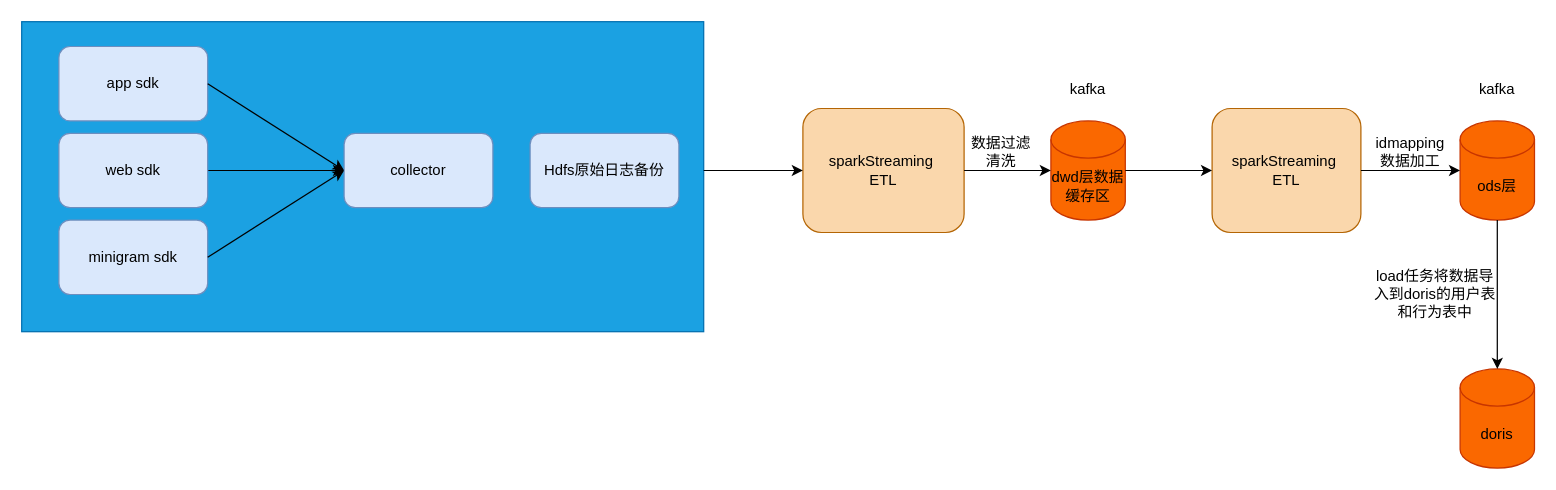
This is 数据流.drawio from DThadch/draw, a draw.io file, before an edit. Source tidied: cells renumbered, new cells numbered last; positions are measured from the earlier drawing's top-left corner, leaving out a move shared by most shapes. Both pictures are drawn from the tidied source at 124%, with x=0, y=0 at pixel (21, 21).
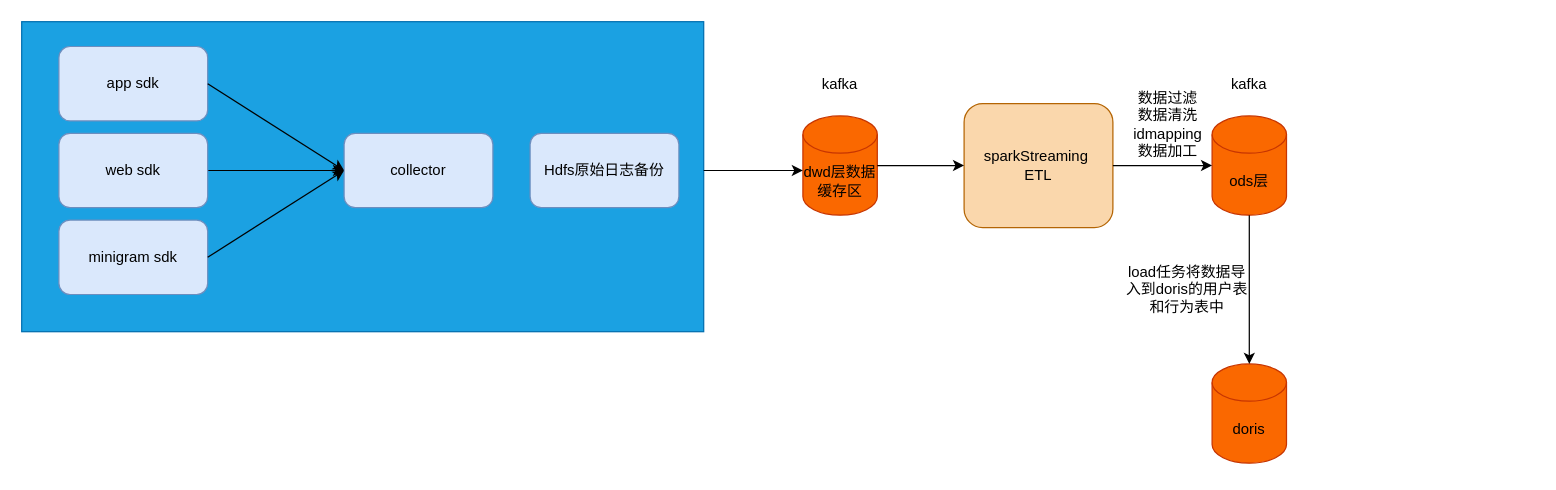
The same page after the edit.

Commit message (it also covers changes not shown here):
更新数据流.drawio

Change to the diagram source:
```diff
@@
     <mxCell id="11" value="dwd层数据缓存区" style="shape=cylinder3;whiteSpace=wrap;html=1;boundedLbl=1;backgroundOutline=1;size=15;fillColor=#fa6800;fontColor=#000000;strokeColor=#C73500;" parent="1" vertex="1">
-      <mxGeometry x="830" y="80" width="60" height="80" as="geometry" />
+      <mxGeometry x="630" y="76" width="60" height="80" as="geometry" />
     </mxCell>
-    <mxCell id="12" value="sparkStreaming&amp;nbsp;&lt;br&gt;ETL" style="rounded=1;whiteSpace=wrap;html=1;fillColor=#fad7ac;strokeColor=#b46504;" parent="1" vertex="1">
-      <mxGeometry x="630" y="70" width="130" height="100" as="geometry" />
-    </mxCell>
     <mxCell id="13" value="kafka" style="text;html=1;strokeColor=none;fillColor=none;align=center;verticalAlign=middle;whiteSpace=wrap;rounded=0;" parent="1" vertex="1">
-      <mxGeometry x="830" y="40" width="60" height="30" as="geometry" />
+      <mxGeometry x="630" y="36" width="60" height="30" as="geometry" />
     </mxCell>
     <mxCell id="14" value="sparkStreaming&amp;nbsp;&lt;br&gt;ETL" style="rounded=1;whiteSpace=wrap;html=1;fillColor=#fad7ac;strokeColor=#b46504;" parent="1" vertex="1">
-      <mxGeometry x="960" y="70" width="120" height="100" as="geometry" />
+      <mxGeometry x="760" y="66" width="120" height="100" as="geometry" />
     </mxCell>
     <mxCell id="15" value="ods层" style="shape=cylinder3;whiteSpace=wrap;html=1;boundedLbl=1;backgroundOutline=1;size=15;fillColor=#fa6800;fontColor=#000000;strokeColor=#C73500;" parent="1" vertex="1">
-      <mxGeometry x="1160" y="80" width="60" height="80" as="geometry" />
+      <mxGeometry x="960" y="76" width="60" height="80" as="geometry" />
     </mxCell>
     <mxCell id="16" value="kafka" style="text;html=1;strokeColor=none;fillColor=none;align=center;verticalAlign=middle;whiteSpace=wrap;rounded=0;" parent="1" vertex="1">
-      <mxGeometry x="1160" y="40" width="60" height="30" as="geometry" />
+      <mxGeometry x="960" y="36" width="60" height="30" as="geometry" />
     </mxCell>
-    <mxCell id="17" style="endArrow=classic;html=1;rounded=0;entryX=0;entryY=0.5;entryDx=0;entryDy=0;" parent="1" edge="1" target="12">
+    <mxCell id="17" style="endArrow=classic;html=1;rounded=0;entryX=0;entryY=0.5;entryDx=0;entryDy=0;" parent="1" edge="1">
       <mxGeometry relative="1" as="geometry">
         <mxPoint x="550" y="120" as="sourcePoint" />
+        <mxPoint x="630" y="120" as="targetPoint" />
       </mxGeometry>
     </mxCell>
-    <mxCell id="18" style="endArrow=classic;html=1;rounded=0;entryX=0;entryY=0.5;entryDx=0;entryDy=0;entryPerimeter=0;" parent="1" edge="1" target="11">
-      <mxGeometry relative="1" as="geometry">
-        <mxPoint x="760" y="120" as="sourcePoint" />
-      </mxGeometry>
-    </mxCell>
     <mxCell id="19" style="endArrow=classic;html=1;rounded=0;entryX=0;entryY=0.5;entryDx=0;entryDy=0;" parent="1" edge="1" target="14">
       <mxGeometry relative="1" as="geometry">
-        <mxPoint x="890" y="120" as="sourcePoint" />
+        <mxPoint x="690" y="116" as="sourcePoint" />
       </mxGeometry>
     </mxCell>
     <mxCell id="20" style="endArrow=classic;html=1;rounded=0;entryX=0;entryY=0.5;entryDx=0;entryDy=0;entryPerimeter=0;" parent="1" edge="1" target="15">
       <mxGeometry relative="1" as="geometry">
-        <mxPoint x="1080" y="120" as="sourcePoint" />
+        <mxPoint x="880" y="116" as="sourcePoint" />
       </mxGeometry>
     </mxCell>
-    <mxCell id="21" value="数据过滤清洗" style="text;html=1;strokeColor=none;fillColor=none;align=center;verticalAlign=middle;whiteSpace=wrap;rounded=0;" parent="1" vertex="1">
-      <mxGeometry x="760" y="90" width="60" height="30" as="geometry" />
-    </mxCell>
-    <mxCell id="22" value="idmapping&lt;br&gt;数据加工" style="text;html=1;strokeColor=none;fillColor=none;align=center;verticalAlign=middle;whiteSpace=wrap;rounded=0;" parent="1" vertex="1">
-      <mxGeometry x="1090" y="90" width="60" height="30" as="geometry" />
+    <mxCell id="22" value="数据过滤数据清洗idmapping&lt;br&gt;数据加工" style="text;html=1;strokeColor=none;fillColor=none;align=center;verticalAlign=middle;whiteSpace=wrap;rounded=0;" parent="1" vertex="1">
+      <mxGeometry x="898" y="62" width="53" height="41" as="geometry" />
     </mxCell>
     <mxCell id="23" value="doris" style="shape=cylinder3;whiteSpace=wrap;html=1;boundedLbl=1;backgroundOutline=1;size=15;fillColor=#fa6800;fontColor=#000000;strokeColor=#C73500;" parent="1" vertex="1">
-      <mxGeometry x="1160" y="280" width="60" height="80" as="geometry" />
+      <mxGeometry x="960" y="276" width="60" height="80" as="geometry" />
     </mxCell>
     <mxCell id="24" style="endArrow=classic;html=1;rounded=0;entryX=0.5;entryY=0;entryDx=0;entryDy=0;entryPerimeter=0;" parent="1" edge="1" target="23">
       <mxGeometry relative="1" as="geometry">
-        <mxPoint x="1190" y="160" as="sourcePoint" />
+        <mxPoint x="990" y="156" as="sourcePoint" />
       </mxGeometry>
     </mxCell>
     <mxCell id="25" value="load任务将数据导入到doris的用户表和行为表中" style="text;html=1;strokeColor=none;fillColor=none;align=center;verticalAlign=middle;whiteSpace=wrap;rounded=0;" parent="1" vertex="1">
-      <mxGeometry x="1090" y="190" width="100" height="60" as="geometry" />
+      <mxGeometry x="890" y="186" width="100" height="60" as="geometry" />
     </mxCell>
```
